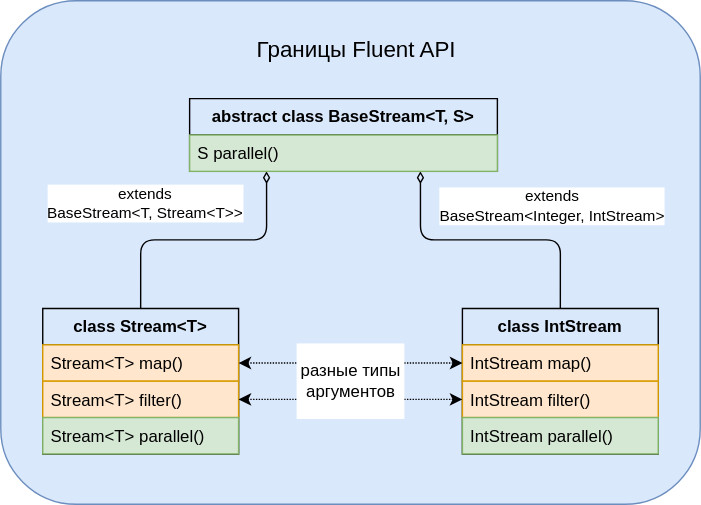
Before: schemas/selftypes.stream.drawio.svg, a diagram exported from draw.io (Boiarshinov/fluent-api-demo). Source tidied: cells renumbered, new cells last; positions are measured from the earlier drawing's top-left corner, leaving out a move shared by most shapes. The source it was exported from:
```xml
<mxGraphModel>
  <root>
    <mxCell id="0" />
    <mxCell id="1" parent="0" />
    <mxCell id="2" style="rounded=1;whiteSpace=wrap;html=1;fillColor=#dae8fc;strokeColor=#6c8ebf;" parent="1" vertex="1">
      <mxGeometry width="500" height="360" as="geometry" />
    </mxCell>
    <mxCell id="3" style="edgeStyle=orthogonalEdgeStyle;rounded=1;jettySize=auto;html=1;exitX=0.5;exitY=0;exitDx=0;exitDy=0;curved=0;endArrow=diamondThin;endFill=0;entryX=0.25;entryY=1;entryDx=0;entryDy=0;" parent="1" edge="1" source="7" target="12">
      <mxGeometry relative="1" as="geometry" />
    </mxCell>
    <mxCell id="4" value="extends&lt;br&gt;BaseStream&amp;lt;T, Stream&amp;lt;T&amp;gt;&amp;gt;" style="edgeLabel;html=1;align=center;verticalAlign=middle;" parent="3" vertex="1">
      <mxGeometry x="0.13" y="-2" relative="1" as="geometry">
        <mxPoint x="-54" y="-28" as="offset" />
      </mxGeometry>
    </mxCell>
    <mxCell id="5" style="edgeStyle=orthogonalEdgeStyle;rounded=1;jettySize=auto;html=1;exitX=0.5;exitY=0;exitDx=0;exitDy=0;curved=0;endArrow=diamondThin;endFill=0;entryX=0.75;entryY=1;entryDx=0;entryDy=0;" parent="1" edge="1" source="14" target="12">
      <mxGeometry relative="1" as="geometry" />
    </mxCell>
    <mxCell id="6" value="extends&lt;br&gt;BaseStream&amp;lt;Integer, IntStream&amp;gt;" style="edgeLabel;html=1;align=center;verticalAlign=middle;" parent="5" vertex="1">
      <mxGeometry x="-0.13" y="1" relative="1" as="geometry">
        <mxPoint x="32" y="-25" as="offset" />
      </mxGeometry>
    </mxCell>
    <mxCell id="7" value="class Stream&amp;lt;T&amp;gt;" style="swimlane;fontStyle=1;horizontal=1;startSize=26;fillColor=none;whiteSpace=wrap;html=1;" parent="1" vertex="1">
      <mxGeometry x="30" y="220" width="140" height="104" as="geometry" />
    </mxCell>
    <mxCell id="8" value="Stream&amp;lt;T&amp;gt; map()" style="text;strokeColor=#d79b00;fillColor=#ffe6cc;align=left;verticalAlign=top;spacingLeft=4;spacingRight=4;overflow=hidden;points=[[0,0.5],[1,0.5]];portConstraint=eastwest;whiteSpace=wrap;html=1;" parent="7" vertex="1">
      <mxGeometry y="26" width="140" height="26" as="geometry" />
    </mxCell>
    <mxCell id="9" value="Stream&amp;lt;T&amp;gt; filter()" style="text;strokeColor=#d79b00;fillColor=#ffe6cc;align=left;verticalAlign=top;spacingLeft=4;spacingRight=4;overflow=hidden;points=[[0,0.5],[1,0.5]];portConstraint=eastwest;whiteSpace=wrap;html=1;" parent="7" vertex="1">
      <mxGeometry y="52" width="140" height="26" as="geometry" />
    </mxCell>
    <mxCell id="10" value="Stream&amp;lt;T&amp;gt; parallel()" style="text;strokeColor=#82b366;fillColor=#d5e8d4;align=left;verticalAlign=top;spacingLeft=4;spacingRight=4;overflow=hidden;whiteSpace=wrap;html=1;" parent="7" vertex="1">
      <mxGeometry y="78" width="140" height="26" as="geometry" />
    </mxCell>
    <mxCell id="11" value="Границы Fluent API" style="text;html=1;strokeColor=none;fillColor=none;align=center;verticalAlign=middle;whiteSpace=wrap;rounded=0;fontSize=16;" parent="1" vertex="1">
      <mxGeometry x="146.5" y="20" width="215" height="30" as="geometry" />
    </mxCell>
    <mxCell id="12" value="abstract class BaseStream&amp;lt;T, S&amp;gt;" style="swimlane;fontStyle=1;horizontal=1;startSize=26;fillColor=none;whiteSpace=wrap;html=1;" parent="1" vertex="1">
      <mxGeometry x="135" y="70" width="220" height="52" as="geometry" />
    </mxCell>
    <mxCell id="13" value="S parallel()" style="text;strokeColor=#82b366;fillColor=#d5e8d4;align=left;verticalAlign=top;spacingLeft=4;spacingRight=4;overflow=hidden;whiteSpace=wrap;html=1;" parent="12" vertex="1">
      <mxGeometry y="26" width="220" height="26" as="geometry" />
    </mxCell>
    <mxCell id="14" value="class IntStream" style="swimlane;fontStyle=1;horizontal=1;startSize=26;fillColor=none;whiteSpace=wrap;html=1;" parent="1" vertex="1">
      <mxGeometry x="330" y="220" width="140" height="104" as="geometry" />
    </mxCell>
    <mxCell id="15" value="IntStream map()" style="text;strokeColor=#d79b00;fillColor=#ffe6cc;align=left;verticalAlign=top;spacingLeft=4;spacingRight=4;overflow=hidden;points=[[0,0.5],[1,0.5]];portConstraint=eastwest;whiteSpace=wrap;html=1;" parent="14" vertex="1">
      <mxGeometry y="26" width="140" height="26" as="geometry" />
    </mxCell>
    <mxCell id="16" value="IntStream filter()" style="text;strokeColor=#d79b00;fillColor=#ffe6cc;align=left;verticalAlign=top;spacingLeft=4;spacingRight=4;overflow=hidden;whiteSpace=wrap;html=1;" parent="14" vertex="1">
      <mxGeometry y="52" width="140" height="26" as="geometry" />
    </mxCell>
    <mxCell id="17" value="IntStream parallel()" style="text;strokeColor=#82b366;fillColor=#d5e8d4;align=left;verticalAlign=top;spacingLeft=4;spacingRight=4;overflow=hidden;whiteSpace=wrap;html=1;" parent="14" vertex="1">
      <mxGeometry y="78" width="140" height="26" as="geometry" />
    </mxCell>
    <mxCell id="18" style="edgeStyle=orthogonalEdgeStyle;rounded=0;jettySize=auto;html=1;exitX=1;exitY=0.5;exitDx=0;exitDy=0;entryX=0;entryY=0.5;entryDx=0;entryDy=0;startArrow=classic;startFill=1;dashed=1;dashPattern=1 1;" parent="1" edge="1" source="8" target="15">
      <mxGeometry relative="1" as="geometry" />
    </mxCell>
    <mxCell id="19" style="edgeStyle=orthogonalEdgeStyle;rounded=0;jettySize=auto;html=1;exitX=1;exitY=0.5;exitDx=0;exitDy=0;startArrow=classic;startFill=1;dashed=1;dashPattern=1 1;" parent="1" edge="1" source="9">
      <mxGeometry relative="1" as="geometry">
        <mxPoint x="330" y="285" as="targetPoint" />
      </mxGeometry>
    </mxCell>
    <mxCell id="20" value="разные типы аргументов" style="text;html=1;strokeColor=none;fillColor=default;align=center;verticalAlign=middle;whiteSpace=wrap;rounded=0;" parent="1" vertex="1">
      <mxGeometry x="211.5" y="245" width="77" height="54" as="geometry" />
    </mxCell>
  </root>
</mxGraphModel>
```
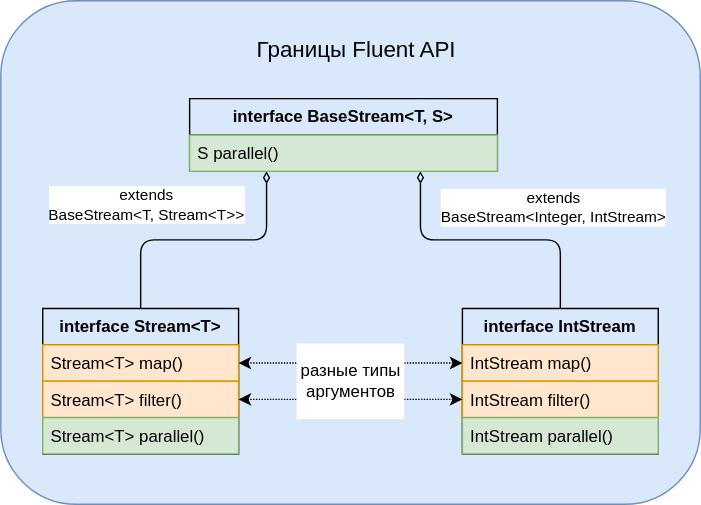
Later version of the same file.

Commit message:
Fix Stream schema

Diff of the diagram source:
```diff
@@ -21,7 +21,7 @@
         <mxPoint x="32" y="-25" as="offset" />
       </mxGeometry>
     </mxCell>
-    <mxCell id="7" value="class Stream&amp;lt;T&amp;gt;" style="swimlane;fontStyle=1;horizontal=1;startSize=26;fillColor=none;whiteSpace=wrap;html=1;" parent="1" vertex="1">
+    <mxCell id="7" value="interface Stream&amp;lt;T&amp;gt;" style="swimlane;fontStyle=1;horizontal=1;startSize=26;fillColor=none;whiteSpace=wrap;html=1;" parent="1" vertex="1">
       <mxGeometry x="30" y="220" width="140" height="104" as="geometry" />
     </mxCell>
     <mxCell id="8" value="Stream&amp;lt;T&amp;gt; map()" style="text;strokeColor=#d79b00;fillColor=#ffe6cc;align=left;verticalAlign=top;spacingLeft=4;spacingRight=4;overflow=hidden;points=[[0,0.5],[1,0.5]];portConstraint=eastwest;whiteSpace=wrap;html=1;" parent="7" vertex="1">
@@ -36,13 +36,13 @@
     <mxCell id="11" value="Границы Fluent API" style="text;html=1;strokeColor=none;fillColor=none;align=center;verticalAlign=middle;whiteSpace=wrap;rounded=0;fontSize=16;" parent="1" vertex="1">
       <mxGeometry x="146.5" y="20" width="215" height="30" as="geometry" />
     </mxCell>
-    <mxCell id="12" value="abstract class BaseStream&amp;lt;T, S&amp;gt;" style="swimlane;fontStyle=1;horizontal=1;startSize=26;fillColor=none;whiteSpace=wrap;html=1;" parent="1" vertex="1">
+    <mxCell id="12" value="interface BaseStream&amp;lt;T, S&amp;gt;" style="swimlane;fontStyle=1;horizontal=1;startSize=26;fillColor=none;whiteSpace=wrap;html=1;" parent="1" vertex="1">
       <mxGeometry x="135" y="70" width="220" height="52" as="geometry" />
     </mxCell>
     <mxCell id="13" value="S parallel()" style="text;strokeColor=#82b366;fillColor=#d5e8d4;align=left;verticalAlign=top;spacingLeft=4;spacingRight=4;overflow=hidden;whiteSpace=wrap;html=1;" parent="12" vertex="1">
       <mxGeometry y="26" width="220" height="26" as="geometry" />
     </mxCell>
-    <mxCell id="14" value="class IntStream" style="swimlane;fontStyle=1;horizontal=1;startSize=26;fillColor=none;whiteSpace=wrap;html=1;" parent="1" vertex="1">
+    <mxCell id="14" value="interface IntStream" style="swimlane;fontStyle=1;horizontal=1;startSize=26;fillColor=none;whiteSpace=wrap;html=1;" parent="1" vertex="1">
       <mxGeometry x="330" y="220" width="140" height="104" as="geometry" />
     </mxCell>
     <mxCell id="15" value="IntStream map()" style="text;strokeColor=#d79b00;fillColor=#ffe6cc;align=left;verticalAlign=top;spacingLeft=4;spacingRight=4;overflow=hidden;points=[[0,0.5],[1,0.5]];portConstraint=eastwest;whiteSpace=wrap;html=1;" parent="14" vertex="1">
```
